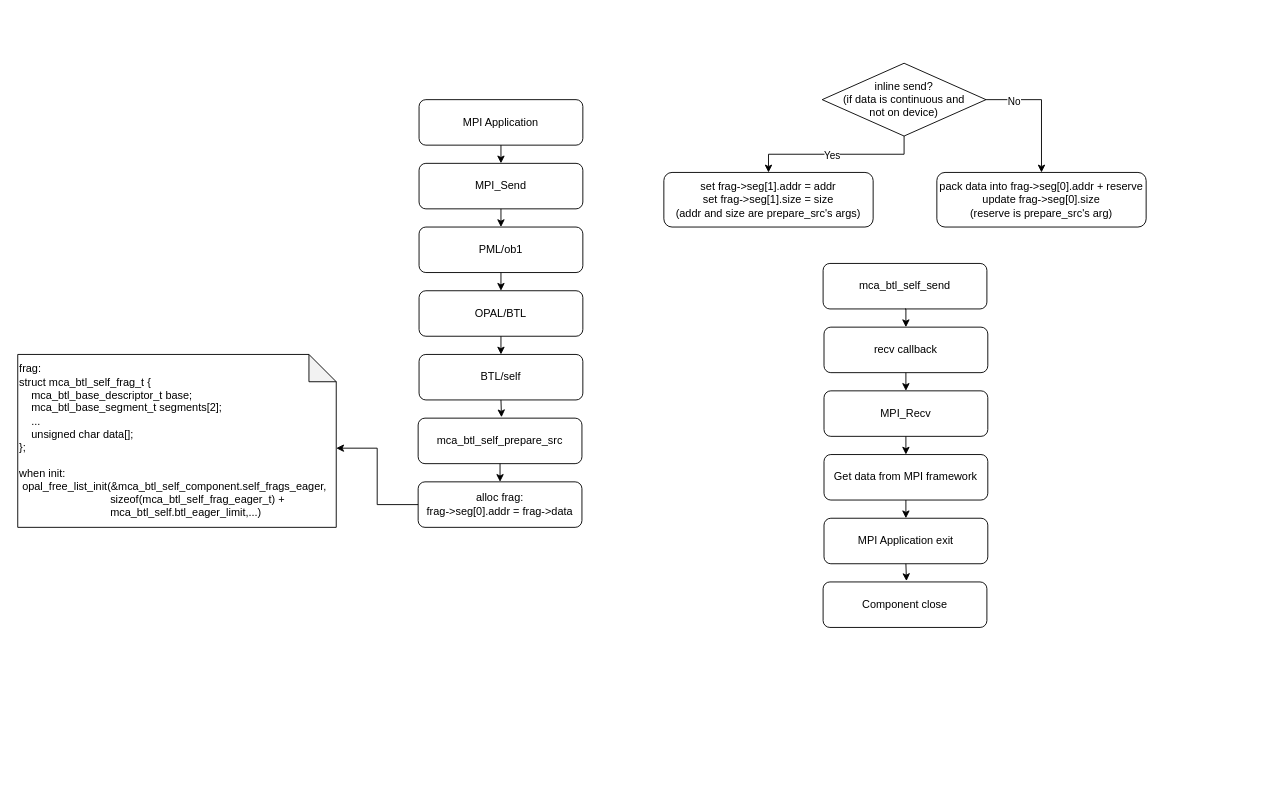
The draw.io diagram ompi/btl-self-send-flow.drawio in Troyself/img-design-draw-io, before the edit. Source tidied: cells renumbered, new cells numbered last; positions are measured from the earlier drawing's top-left corner, leaving out a move shared by most shapes. Both pictures are drawn from the tidied source at 91%, with x=0, y=0 at pixel (17, 63).
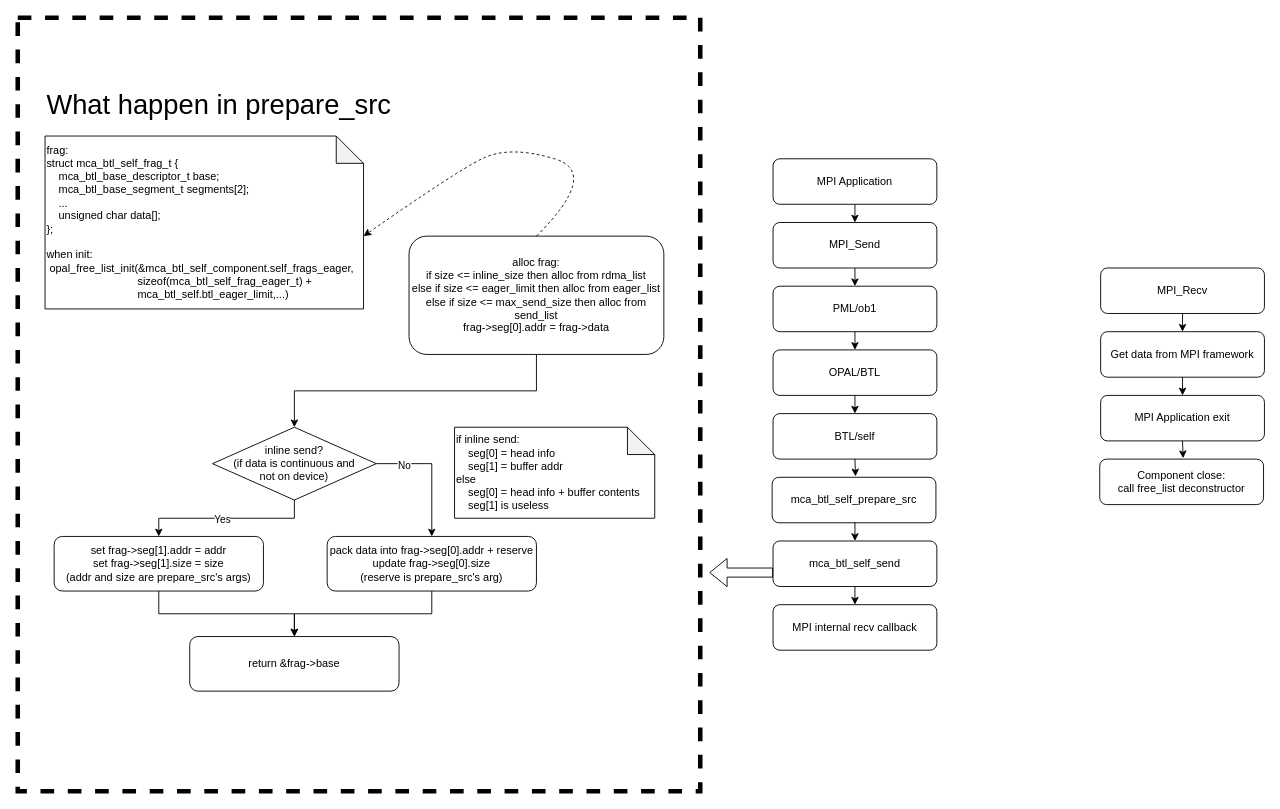
The same page after the edit.

The edit, as a diff of the source:
```diff
@@
+    <mxCell id="35" style="rounded=0;whiteSpace=wrap;html=1;fillColor=none;dashed=1;strokeWidth=5;" parent="1" vertex="1">
+      <mxGeometry y="-50" width="750" height="850" as="geometry" />
+    </mxCell>
@@
     <mxCell id="3" value="MPI Application" style="rounded=1;whiteSpace=wrap;html=1;fillColor=none;" parent="1" vertex="1">
-      <mxGeometry x="441" y="40" width="180" height="50" as="geometry" />
+      <mxGeometry x="830" y="105" width="180" height="50" as="geometry" />
     </mxCell>
@@
     <mxCell id="5" value="MPI_Send" style="rounded=1;whiteSpace=wrap;html=1;fillColor=none;" parent="1" vertex="1">
-      <mxGeometry x="441" y="110" width="180" height="50" as="geometry" />
+      <mxGeometry x="830" y="175" width="180" height="50" as="geometry" />
     </mxCell>
@@
     <mxCell id="7" value="PML/ob1" style="rounded=1;whiteSpace=wrap;html=1;fillColor=none;" parent="1" vertex="1">
-      <mxGeometry x="441" y="180" width="180" height="50" as="geometry" />
+      <mxGeometry x="830" y="245" width="180" height="50" as="geometry" />
     </mxCell>
@@
     <mxCell id="9" value="OPAL/BTL" style="rounded=1;whiteSpace=wrap;html=1;fillColor=none;" parent="1" vertex="1">
-      <mxGeometry x="441" y="250" width="180" height="50" as="geometry" />
+      <mxGeometry x="830" y="315" width="180" height="50" as="geometry" />
     </mxCell>
     <mxCell id="10" value="BTL/self" style="rounded=1;whiteSpace=wrap;html=1;fillColor=none;" parent="1" vertex="1">
-      <mxGeometry x="441" y="320" width="180" height="50" as="geometry" />
+      <mxGeometry x="830" y="385" width="180" height="50" as="geometry" />
     </mxCell>
-    <mxCell id="11" style="edgeStyle=orthogonalEdgeStyle;rounded=0;jettySize=auto;html=1;exitX=0.5;exitY=1;exitDx=0;exitDy=0;entryX=0.5;entryY=0;entryDx=0;entryDy=0;" parent="1" edge="1" source="12" target="32">
-      <mxGeometry relative="1" as="geometry" />
-    </mxCell>
+    <mxCell id="36" style="edgeStyle=orthogonalEdgeStyle;rounded=0;jettySize=auto;html=1;exitX=0.5;exitY=1;exitDx=0;exitDy=0;entryX=0.5;entryY=0;entryDx=0;entryDy=0;" parent="1" edge="1" source="12" target="14">
+      <mxGeometry relative="1" as="geometry" />
+    </mxCell>
     <mxCell id="12" value="mca_btl_self_prepare_src" style="rounded=1;whiteSpace=wrap;html=1;fillColor=none;" parent="1" vertex="1">
-      <mxGeometry x="440" y="390" width="180" height="50" as="geometry" />
+      <mxGeometry x="829" y="455" width="180" height="50" as="geometry" />
     </mxCell>
-    <mxCell id="13" style="edgeStyle=orthogonalEdgeStyle;rounded=0;jettySize=auto;html=1;exitX=0.5;exitY=1;exitDx=0;exitDy=0;entryX=0.5;entryY=0;entryDx=0;entryDy=0;fontFamily=Helvetica;fontSize=12;fontColor=default;" parent="1" edge="1" source="14" target="16">
-      <mxGeometry relative="1" as="geometry" />
-    </mxCell>
+    <mxCell id="37" style="edgeStyle=orthogonalEdgeStyle;rounded=0;jettySize=auto;html=1;exitX=0.5;exitY=1;exitDx=0;exitDy=0;entryX=0.5;entryY=0;entryDx=0;entryDy=0;" parent="1" edge="1" source="14" target="47">
+      <mxGeometry relative="1" as="geometry" />
+    </mxCell>
     <mxCell id="14" value="mca_btl_self_send" style="rounded=1;whiteSpace=wrap;html=1;fillColor=none;" parent="1" vertex="1">
-      <mxGeometry x="885" y="220" width="180" height="50" as="geometry" />
+      <mxGeometry x="830" y="525" width="180" height="50" as="geometry" />
     </mxCell>
-    <mxCell id="15" style="edgeStyle=orthogonalEdgeStyle;rounded=0;jettySize=auto;html=1;exitX=0.5;exitY=1;exitDx=0;exitDy=0;entryX=0.5;entryY=0;entryDx=0;entryDy=0;" parent="1" edge="1" source="16">
-      <mxGeometry relative="1" as="geometry">
-        <mxPoint x="976" y="360" as="targetPoint" />
-      </mxGeometry>
-    </mxCell>
-    <mxCell id="16" value="recv callback" style="rounded=1;whiteSpace=wrap;html=1;fillColor=none;" parent="1" vertex="1">
-      <mxGeometry x="886" y="290" width="180" height="50" as="geometry" />
-    </mxCell>
@@
+    <mxCell id="25" style="edgeStyle=orthogonalEdgeStyle;rounded=0;jettySize=auto;html=1;exitX=0.5;exitY=1;exitDx=0;exitDy=0;" parent="1" edge="1" source="29" target="30">
+      <mxGeometry relative="1" as="geometry" />
+    </mxCell>
+    <mxCell id="26" value="Yes" style="edgeLabel;html=1;align=center;verticalAlign=middle;" parent="25" vertex="1">
+      <mxGeometry x="-0.37" y="1" relative="1" as="geometry">
+        <mxPoint x="-40" as="offset" />
+      </mxGeometry>
+    </mxCell>
+    <mxCell id="27" style="edgeStyle=orthogonalEdgeStyle;rounded=0;jettySize=auto;html=1;exitX=1;exitY=0.5;exitDx=0;exitDy=0;entryX=0.5;entryY=0;entryDx=0;entryDy=0;" parent="1" edge="1" source="29" target="31">
+      <mxGeometry relative="1" as="geometry" />
+    </mxCell>
+    <mxCell id="28" value="No" style="edgeLabel;html=1;align=center;verticalAlign=middle;" parent="27" vertex="1">
+      <mxGeometry x="-0.57" y="-1" relative="1" as="geometry" />
+    </mxCell>
+    <mxCell id="29" value="inline send?&lt;div&gt;(if data is continuous and&lt;/div&gt;&lt;div&gt;not on device)&lt;/div&gt;" style="rhombus;whiteSpace=wrap;html=1;" parent="1" vertex="1">
+      <mxGeometry x="214" y="400" width="180" height="80" as="geometry" />
+    </mxCell>
+    <mxCell id="38" style="edgeStyle=orthogonalEdgeStyle;rounded=0;jettySize=auto;html=1;exitX=0.5;exitY=1;exitDx=0;exitDy=0;entryX=0.5;entryY=0;entryDx=0;entryDy=0;" parent="1" edge="1" source="30" target="43">
+      <mxGeometry relative="1" as="geometry" />
+    </mxCell>
+    <mxCell id="30" value="set frag-&amp;gt;seg[1].addr = addr&lt;div&gt;set frag-&amp;gt;seg[1].size = size&lt;/div&gt;&lt;div&gt;(addr and size are prepare_src's args)&lt;/div&gt;" style="rounded=1;whiteSpace=wrap;html=1;fillColor=none;" parent="1" vertex="1">
+      <mxGeometry x="40" y="520" width="230" height="60" as="geometry" />
+    </mxCell>
+    <mxCell id="39" style="edgeStyle=orthogonalEdgeStyle;rounded=0;jettySize=auto;html=1;exitX=0.5;exitY=1;exitDx=0;exitDy=0;entryX=0.5;entryY=0;entryDx=0;entryDy=0;" parent="1" edge="1" source="31" target="43">
+      <mxGeometry relative="1" as="geometry" />
+    </mxCell>
+    <mxCell id="31" value="pack data into frag-&amp;gt;seg[0].addr + reserve&lt;div&gt;update frag-&amp;gt;seg[0].size&lt;br&gt;&lt;div&gt;(reserve is prepare_src's arg)&lt;/div&gt;&lt;/div&gt;" style="rounded=1;whiteSpace=wrap;html=1;fillColor=none;" parent="1" vertex="1">
+      <mxGeometry x="340" y="520" width="230" height="60" as="geometry" />
+    </mxCell>
+    <mxCell id="40" style="edgeStyle=orthogonalEdgeStyle;rounded=0;jettySize=auto;html=1;exitX=0.5;exitY=1;exitDx=0;exitDy=0;entryX=0.5;entryY=0;entryDx=0;entryDy=0;" parent="1" edge="1" source="32" target="29">
+      <mxGeometry relative="1" as="geometry" />
+    </mxCell>
+    <mxCell id="32" value="alloc frag:&lt;div&gt;&lt;span style=&quot;background-color: transparent; color: light-dark(rgb(0, 0, 0), rgb(255, 255, 255));&quot;&gt;if size &amp;lt;= inline_size then alloc from rdma_list&lt;/span&gt;&lt;/div&gt;&lt;div&gt;&lt;span style=&quot;background-color: transparent; color: light-dark(rgb(0, 0, 0), rgb(255, 255, 255));&quot;&gt;else if size &amp;lt;= eager_limit then alloc from eager_list&lt;/span&gt;&lt;/div&gt;&lt;div&gt;&lt;span style=&quot;background-color: transparent; color: light-dark(rgb(0, 0, 0), rgb(255, 255, 255));&quot;&gt;else if size &amp;lt;= max_send_size then alloc from send_list&lt;/span&gt;&lt;/div&gt;&lt;div&gt;&lt;span style=&quot;background-color: transparent; color: light-dark(rgb(0, 0, 0), rgb(255, 255, 255));&quot;&gt;frag-&amp;gt;seg[0].addr = frag-&amp;gt;data&lt;/span&gt;&lt;/div&gt;" style="rounded=1;whiteSpace=wrap;html=1;fillColor=none;" parent="1" vertex="1">
+      <mxGeometry x="430" y="190" width="280" height="130" as="geometry" />
+    </mxCell>
+    <mxCell id="33" value="frag:&lt;br&gt;&lt;div&gt;struct mca_btl_self_frag_t {&lt;/div&gt;&lt;div&gt;&amp;nbsp; &amp;nbsp; mca_btl_base_descriptor_t base;&lt;/div&gt;&lt;div&gt;&amp;nbsp; &amp;nbsp; mca_btl_base_segment_t segments[2];&lt;/div&gt;&lt;div&gt;&amp;nbsp; &amp;nbsp; ...&lt;br&gt;&lt;/div&gt;&lt;div&gt;&amp;nbsp; &amp;nbsp; unsigned char data[];&lt;/div&gt;&lt;div&gt;};&lt;/div&gt;&lt;div&gt;&lt;br&gt;&lt;/div&gt;&lt;div&gt;when init:&lt;br&gt;&lt;div&gt;&lt;span style=&quot;white-space: normal;&quot;&gt;&amp;nbsp;opal_free_list_init(&amp;amp;mca_btl_self_component.self_frags_eager,&lt;/span&gt;&lt;/div&gt;&lt;div&gt;&amp;nbsp; &amp;nbsp; &amp;nbsp; &amp;nbsp; &amp;nbsp; &amp;nbsp; &amp;nbsp; &amp;nbsp; &amp;nbsp; &amp;nbsp; &amp;nbsp; &amp;nbsp; &amp;nbsp; &amp;nbsp; &amp;nbsp; sizeof(mca_btl_self_frag_eager_t) +&lt;/div&gt;&lt;div&gt;&lt;span style=&quot;white-space: pre;&quot;&gt;&#9;&lt;/span&gt;&lt;span style=&quot;white-space: pre;&quot;&gt;&#9;&lt;/span&gt;&lt;span style=&quot;white-space: pre;&quot;&gt;&#9;&lt;/span&gt;&amp;nbsp; &amp;nbsp; &amp;nbsp; mca_btl_self.btl_eager_limit,...)&lt;/div&gt;&lt;/div&gt;" style="shape=note;whiteSpace=wrap;html=1;backgroundOutline=1;darkOpacity=0.05;align=left;fillColor=none;" parent="1" vertex="1">
+      <mxGeometry x="30" y="80" width="350" height="190" as="geometry" />
+    </mxCell>
+    <mxCell id="41" value="&lt;div&gt;if inline send:&lt;/div&gt;&lt;div&gt;&amp;nbsp; &amp;nbsp; seg[0] = head info&lt;/div&gt;&lt;div&gt;&amp;nbsp; &amp;nbsp; seg[1] = buffer addr&lt;/div&gt;&lt;div&gt;else&lt;/div&gt;&lt;div&gt;&amp;nbsp; &amp;nbsp; seg[0] = head info + buffer contents&lt;/div&gt;&lt;div&gt;&amp;nbsp; &amp;nbsp; seg[1] is useless&lt;/div&gt;" style="shape=note;whiteSpace=wrap;html=1;backgroundOutline=1;darkOpacity=0.05;align=left;fillColor=none;" parent="1" vertex="1">
+      <mxGeometry x="480" y="400" width="220" height="100" as="geometry" />
+    </mxCell>
+    <mxCell id="42" value="What happen in prepare_src" style="text;html=1;align=left;verticalAlign=middle;whiteSpace=wrap;rounded=0;fontSize=30;" parent="1" vertex="1">
+      <mxGeometry x="30" y="30" width="390" height="30" as="geometry" />
+    </mxCell>
+    <mxCell id="34" style="curved=1;endArrow=classic;html=1;rounded=0;entryX=0;entryY=0;entryDx=350;entryDy=110;entryPerimeter=0;dashed=1;exitX=0.5;exitY=0;exitDx=0;exitDy=0;" parent="1" edge="1" source="32" target="33">
+      <mxGeometry relative="1" as="geometry">
+        <Array as="points">
+          <mxPoint x="640" y="120" />
+          <mxPoint x="540" y="90" />
+          <mxPoint x="480" y="120" />
+        </Array>
+      </mxGeometry>
+    </mxCell>
+    <mxCell id="43" value="return &amp;amp;frag-&amp;gt;base" style="rounded=1;whiteSpace=wrap;html=1;fillColor=none;" parent="1" vertex="1">
+      <mxGeometry x="189" y="630" width="230" height="60" as="geometry" />
+    </mxCell>
+    <mxCell id="44" style="shape=flexArrow;endArrow=classic;html=1;rounded=0;" parent="1" edge="1">
+      <mxGeometry relative="1" as="geometry">
+        <mxPoint x="830" y="559.7" as="sourcePoint" />
+        <mxPoint x="760" y="559.7" as="targetPoint" />
+      </mxGeometry>
+    </mxCell>
@@
     <mxCell id="19" value="MPI_Recv" style="rounded=1;whiteSpace=wrap;html=1;fillColor=none;" parent="1" vertex="1">
-      <mxGeometry x="886" y="360" width="180" height="50" as="geometry" />
+      <mxGeometry x="1190" y="225" width="180" height="50" as="geometry" />
     </mxCell>
@@
     <mxCell id="21" value="Get data from MPI framework" style="rounded=1;whiteSpace=wrap;html=1;fillColor=none;" parent="1" vertex="1">
-      <mxGeometry x="886" y="430" width="180" height="50" as="geometry" />
+      <mxGeometry x="1190" y="295" width="180" height="50" as="geometry" />
     </mxCell>
     <mxCell id="22" value="MPI Application exit" style="rounded=1;whiteSpace=wrap;html=1;fillColor=none;" parent="1" vertex="1">
-      <mxGeometry x="886" y="500" width="180" height="50" as="geometry" />
+      <mxGeometry x="1190" y="365" width="180" height="50" as="geometry" />
     </mxCell>
-    <mxCell id="23" value="Component close" style="rounded=1;whiteSpace=wrap;html=1;fillColor=none;" parent="1" vertex="1">
-      <mxGeometry x="885" y="570" width="180" height="50" as="geometry" />
-    </mxCell>
-    <mxCell id="24" style="edgeStyle=orthogonalEdgeStyle;rounded=0;jettySize=auto;html=1;exitX=0.5;exitY=1;exitDx=0;exitDy=0;entryX=0.509;entryY=-0.02;entryDx=0;entryDy=0;entryPerimeter=0;" parent="1" edge="1" source="22" target="23">
-      <mxGeometry relative="1" as="geometry" />
-    </mxCell>
-    <mxCell id="25" style="edgeStyle=orthogonalEdgeStyle;rounded=0;jettySize=auto;html=1;exitX=0.5;exitY=1;exitDx=0;exitDy=0;" parent="1" edge="1" source="29" target="30">
-      <mxGeometry relative="1" as="geometry" />
-    </mxCell>
-    <mxCell id="26" value="Yes" style="edgeLabel;html=1;align=center;verticalAlign=middle;" parent="25" vertex="1">
-      <mxGeometry x="-0.37" y="1" relative="1" as="geometry">
-        <mxPoint x="-40" as="offset" />
-      </mxGeometry>
-    </mxCell>
-    <mxCell id="27" style="edgeStyle=orthogonalEdgeStyle;rounded=0;jettySize=auto;html=1;exitX=1;exitY=0.5;exitDx=0;exitDy=0;entryX=0.5;entryY=0;entryDx=0;entryDy=0;" parent="1" edge="1" source="29" target="31">
-      <mxGeometry relative="1" as="geometry" />
-    </mxCell>
-    <mxCell id="28" value="No" style="edgeLabel;html=1;align=center;verticalAlign=middle;" parent="27" vertex="1">
-      <mxGeometry x="-0.57" y="-1" relative="1" as="geometry" />
-    </mxCell>
-    <mxCell id="29" value="inline send?&lt;div&gt;(if data is continuous and&lt;/div&gt;&lt;div&gt;not on device)&lt;/div&gt;" style="rhombus;whiteSpace=wrap;html=1;" parent="1" vertex="1">
-      <mxGeometry x="884" width="180" height="80" as="geometry" />
-    </mxCell>
-    <mxCell id="30" value="set frag-&amp;gt;seg[1].addr = addr&lt;div&gt;set frag-&amp;gt;seg[1].size = size&lt;/div&gt;&lt;div&gt;(addr and size are prepare_src's args)&lt;/div&gt;" style="rounded=1;whiteSpace=wrap;html=1;fillColor=none;" parent="1" vertex="1">
-      <mxGeometry x="710" y="120" width="230" height="60" as="geometry" />
-    </mxCell>
-    <mxCell id="31" value="pack data into frag-&amp;gt;seg[0].addr + reserve&lt;div&gt;update frag-&amp;gt;seg[0].size&lt;br&gt;&lt;div&gt;(reserve is prepare_src's arg)&lt;/div&gt;&lt;/div&gt;" style="rounded=1;whiteSpace=wrap;html=1;fillColor=none;" parent="1" vertex="1">
-      <mxGeometry x="1010" y="120" width="230" height="60" as="geometry" />
-    </mxCell>
-    <mxCell id="32" value="alloc frag:&lt;div&gt;frag-&amp;gt;seg[0].addr = frag-&amp;gt;data&lt;/div&gt;" style="rounded=1;whiteSpace=wrap;html=1;fillColor=none;" parent="1" vertex="1">
-      <mxGeometry x="440" y="460" width="180" height="50" as="geometry" />
-    </mxCell>
-    <mxCell id="33" value="frag:&lt;br&gt;&lt;div&gt;struct mca_btl_self_frag_t {&lt;/div&gt;&lt;div&gt;&amp;nbsp; &amp;nbsp; mca_btl_base_descriptor_t base;&lt;/div&gt;&lt;div&gt;&amp;nbsp; &amp;nbsp; mca_btl_base_segment_t segments[2];&lt;/div&gt;&lt;div&gt;&amp;nbsp; &amp;nbsp; ...&lt;br&gt;&lt;/div&gt;&lt;div&gt;&amp;nbsp; &amp;nbsp; unsigned char data[];&lt;/div&gt;&lt;div&gt;};&lt;/div&gt;&lt;div&gt;&lt;br&gt;&lt;/div&gt;&lt;div&gt;when init:&lt;br&gt;&lt;div&gt;&lt;span style=&quot;white-space: normal;&quot;&gt;&amp;nbsp;opal_free_list_init(&amp;amp;mca_btl_self_component.self_frags_eager,&lt;/span&gt;&lt;/div&gt;&lt;div&gt;&amp;nbsp; &amp;nbsp; &amp;nbsp; &amp;nbsp; &amp;nbsp; &amp;nbsp; &amp;nbsp; &amp;nbsp; &amp;nbsp; &amp;nbsp; &amp;nbsp; &amp;nbsp; &amp;nbsp; &amp;nbsp; &amp;nbsp; sizeof(mca_btl_self_frag_eager_t) +&lt;/div&gt;&lt;div&gt;&lt;span style=&quot;white-space: pre;&quot;&gt;&#9;&lt;/span&gt;&lt;span style=&quot;white-space: pre;&quot;&gt;&#9;&lt;/span&gt;&lt;span style=&quot;white-space: pre;&quot;&gt;&#9;&lt;/span&gt;&amp;nbsp; &amp;nbsp; &amp;nbsp; mca_btl_self.btl_eager_limit,...)&lt;/div&gt;&lt;/div&gt;" style="shape=note;whiteSpace=wrap;html=1;backgroundOutline=1;darkOpacity=0.05;align=left;" parent="1" vertex="1">
-      <mxGeometry y="320" width="350" height="190" as="geometry" />
-    </mxCell>
-    <mxCell id="34" style="edgeStyle=orthogonalEdgeStyle;rounded=0;jettySize=auto;html=1;exitX=0;exitY=0.5;exitDx=0;exitDy=0;entryX=1;entryY=0.542;entryDx=0;entryDy=0;entryPerimeter=0;" parent="1" edge="1" source="32" target="33">
-      <mxGeometry relative="1" as="geometry" />
-    </mxCell>
+    <mxCell id="45" value="Component close:&lt;div&gt;call free_list deconstructor&lt;/div&gt;" style="rounded=1;whiteSpace=wrap;html=1;fillColor=none;" parent="1" vertex="1">
+      <mxGeometry x="1189" y="435" width="180" height="50" as="geometry" />
+    </mxCell>
+    <mxCell id="46" style="edgeStyle=orthogonalEdgeStyle;rounded=0;jettySize=auto;html=1;exitX=0.5;exitY=1;exitDx=0;exitDy=0;entryX=0.509;entryY=-0.02;entryDx=0;entryDy=0;entryPerimeter=0;" parent="1" edge="1" source="22" target="45">
+      <mxGeometry relative="1" as="geometry" />
+    </mxCell>
+    <mxCell id="47" value="MPI internal recv callback" style="rounded=1;whiteSpace=wrap;html=1;fillColor=none;" parent="1" vertex="1">
+      <mxGeometry x="830" y="595" width="180" height="50" as="geometry" />
+    </mxCell>
```
